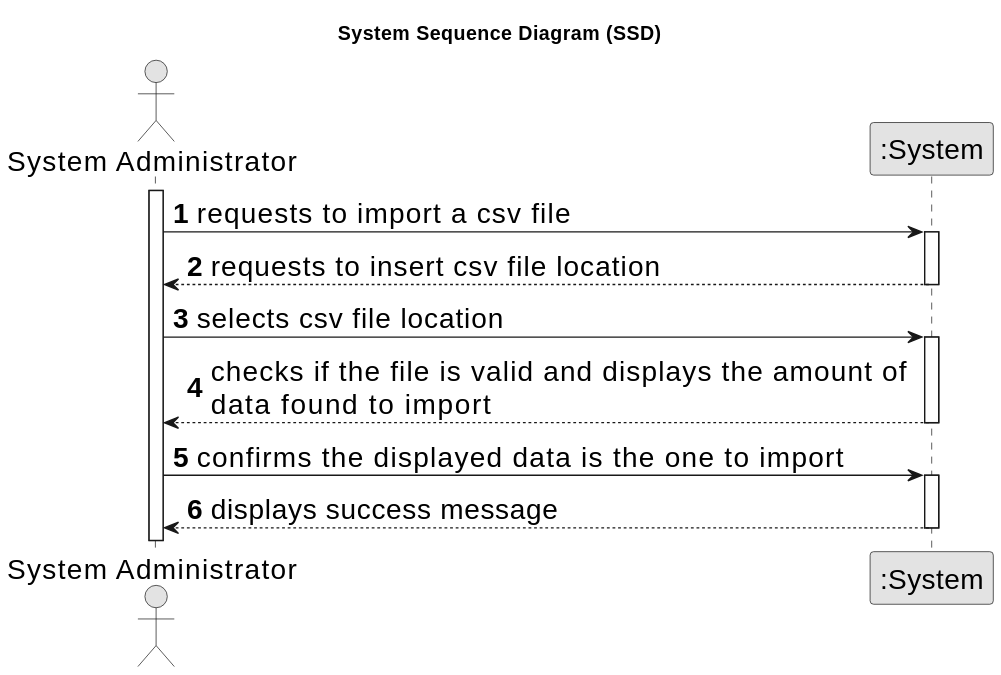
Above: docs/sprintD/us012/01.requirements-engineering/svg/us012-system-sequence-diagram.svg in Goncalves2525/real-estate-management-system (PlantUML), before the change. Source of this version:
```plantuml
@startuml
skinparamlocked defaultFontSize 20
skinparam monochrome true
skinparam packageStyle rectangle
skinparam shadowing false

title System Sequence Diagram (SSD)

autonumber

actor "System Administrator" as Admin
participant ":System" as System

activate Admin

    Admin -> System : requests to import a csv file
    activate System


    System --> Admin : requests to insert csv file location
    deactivate System

    Admin -> System: selects csv file location
    activate System

    System --> Admin: checks if the file is valid and displays the amount of \ndata found to import
    deactivate System



    Admin -> System : confirms the displayed data is the one to import
    activate System

    System --> Admin : displays success message
    deactivate System
@enduml
```
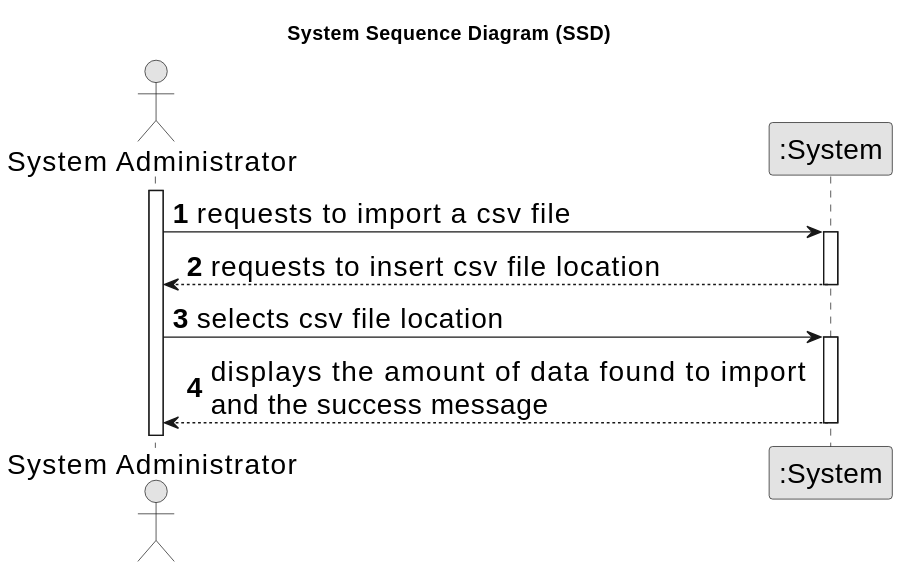
Above is the later version.

Diff of the diagram source:
```diff
@@ -23,14 +23,9 @@
     Admin -> System: selects csv file location
     activate System
 
-    System --> Admin: checks if the file is valid and displays the amount of \ndata found to import
+    System --> Admin: displays the amount of data found to import \nand the success message
     deactivate System
 
 
 
-    Admin -> System : confirms the displayed data is the one to import
-    activate System
-
-    System --> Admin : displays success message
-    deactivate System
 @enduml
```
